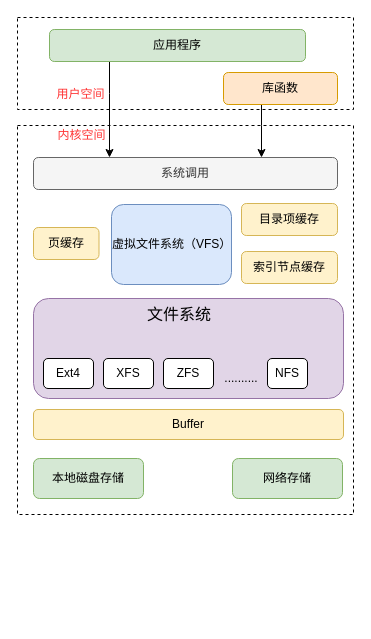
shirdey/Document keeps this draw.io diagram as filesystem.drawio. Above is the earlier version. Source tidied: cells renumbered, new cells numbered last; positions are measured from the earlier drawing's top-left corner, leaving out a move shared by most shapes. Both pictures are drawn from the tidied source at 100%, with x=0, y=0 at pixel (17, 17).
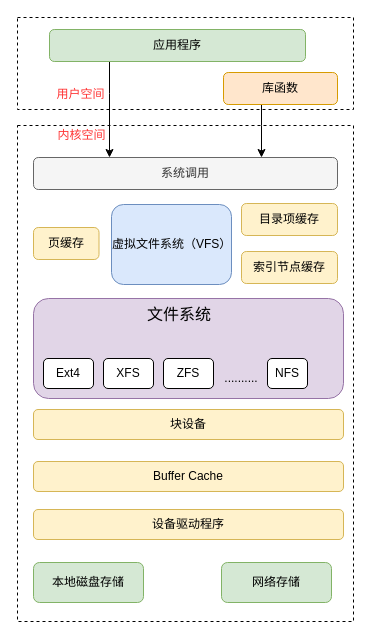
Above is the later version.

Diff of the diagram source:
```diff
@@
     <mxCell id="2" style="rounded=0;whiteSpace=wrap;html=1;fontSize=12;dashed=1;" parent="1" vertex="1">
-      <mxGeometry y="108" width="336" height="389" as="geometry" />
+      <mxGeometry y="108" width="336" height="496" as="geometry" />
     </mxCell>
@@
     <mxCell id="4" value="本地磁盘存储" style="rounded=1;whiteSpace=wrap;html=1;fillColor=#d5e8d4;strokeColor=#82b366;" parent="1" vertex="1">
-      <mxGeometry x="16" y="441" width="110" height="40" as="geometry" />
+      <mxGeometry x="16" y="545" width="110" height="40" as="geometry" />
     </mxCell>
     <mxCell id="5" value="网络存储" style="rounded=1;whiteSpace=wrap;html=1;fillColor=#d5e8d4;strokeColor=#82b366;" parent="1" vertex="1">
-      <mxGeometry x="215" y="441" width="110" height="40" as="geometry" />
+      <mxGeometry x="204" y="545" width="110" height="40" as="geometry" />
     </mxCell>
-    <mxCell id="6" value="Buffer" style="rounded=1;whiteSpace=wrap;html=1;fillColor=#fff2cc;strokeColor=#d6b656;" parent="1" vertex="1">
+    <mxCell id="6" value="块设备" style="rounded=1;whiteSpace=wrap;html=1;fillColor=#fff2cc;strokeColor=#d6b656;" parent="1" vertex="1">
       <mxGeometry x="16" y="392" width="310" height="30" as="geometry" />
     </mxCell>
@@
+    <mxCell id="25" value="Buffer Cache" style="rounded=1;whiteSpace=wrap;html=1;fillColor=#fff2cc;strokeColor=#d6b656;" parent="1" vertex="1">
+      <mxGeometry x="16" y="444" width="310" height="30" as="geometry" />
+    </mxCell>
+    <mxCell id="26" value="设备驱动程序" style="rounded=1;whiteSpace=wrap;html=1;fillColor=#fff2cc;strokeColor=#d6b656;" parent="1" vertex="1">
+      <mxGeometry x="16" y="492" width="310" height="30" as="geometry" />
+    </mxCell>
```
